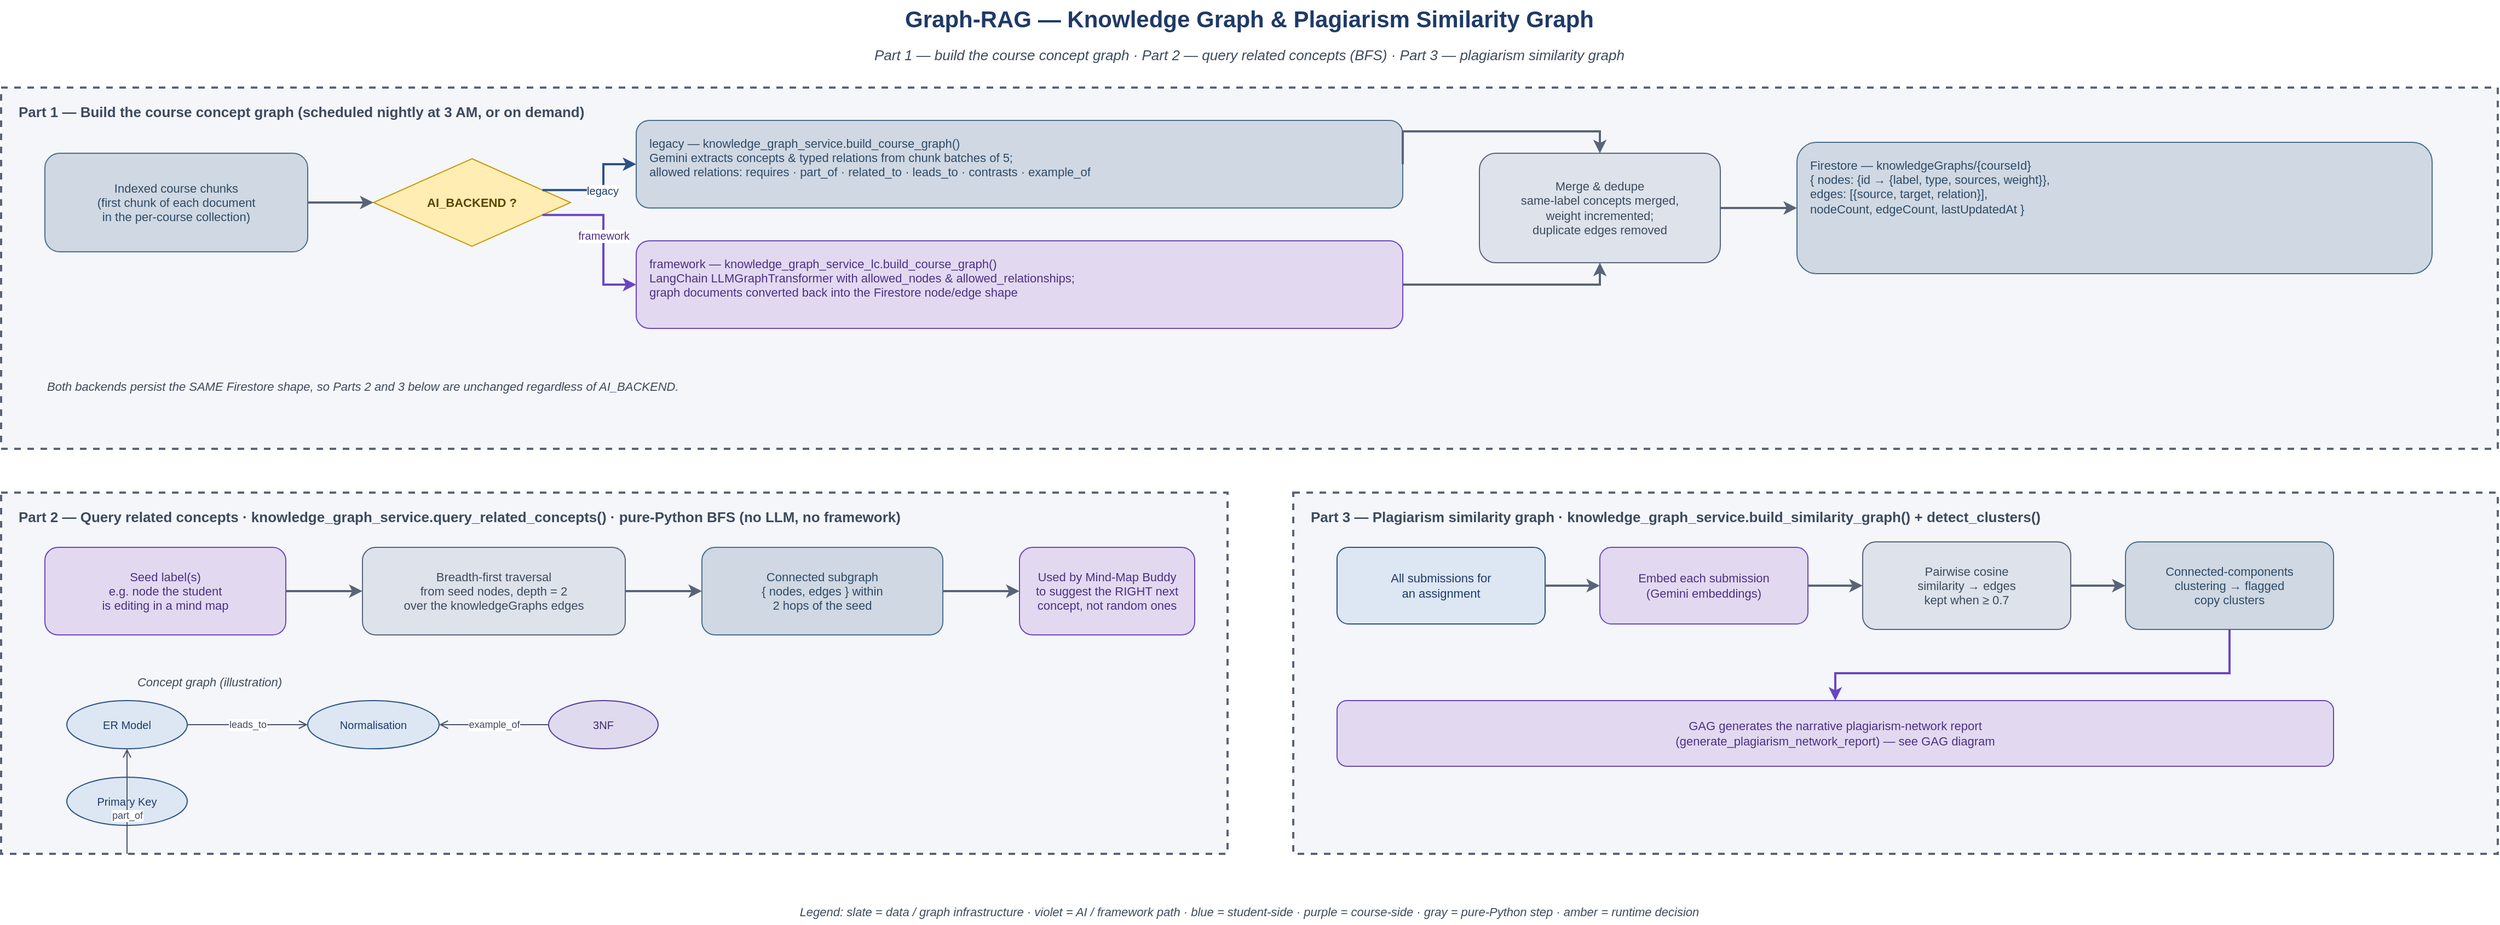
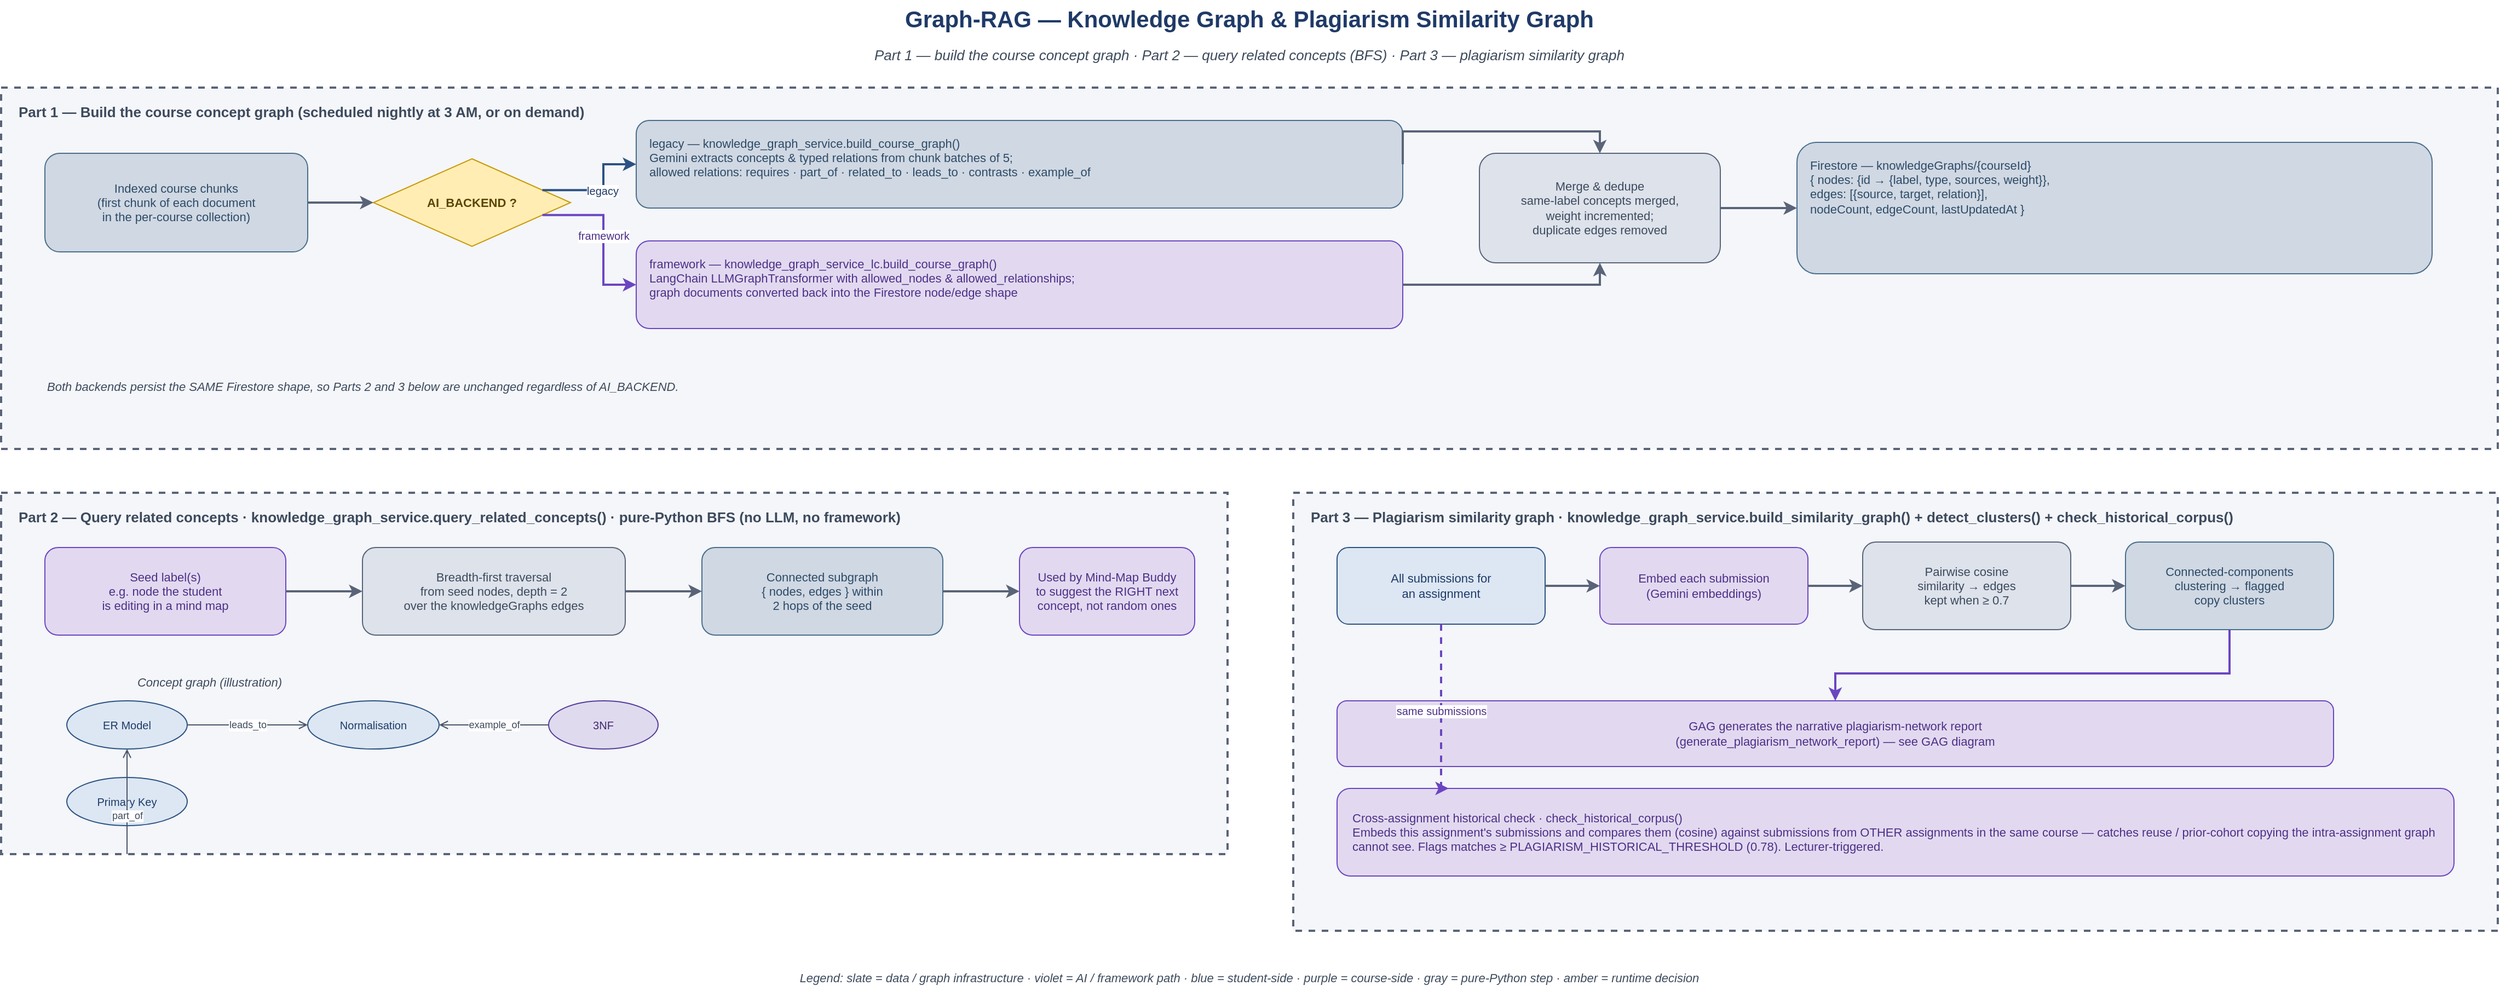
<mxfile host="Electron" agent="MySmartStudy">
  <diagram id="ragGraph" name="RAG Knowledge Graph">
    <mxGraphModel dx="2357" dy="1402" grid="1" gridSize="10" guides="1" tooltips="1" connect="1" arrows="1" fold="1" page="1" pageScale="1" pageWidth="2400" pageHeight="1700" math="0" shadow="0">
      <root>
        <mxCell id="0" />
        <mxCell id="1" parent="0" />
        <mxCell id="title" parent="1" style="text;html=1;align=center;verticalAlign=middle;whiteSpace=wrap;fontSize=21;fontStyle=1;fontColor=#1F3A68" value="Graph-RAG — Knowledge Graph &amp; Plagiarism Similarity Graph" vertex="1">
          <mxGeometry height="34" width="1400" x="500" y="20" as="geometry" />
        </mxCell>
        <mxCell id="subtitle" parent="1" style="text;html=1;align=center;whiteSpace=wrap;fontSize=13;fontStyle=2;fontColor=#3D4A5C" value="Part 1 — build the course concept graph   ·   Part 2 — query related concepts (BFS)   ·   Part 3 — plagiarism similarity graph" vertex="1">
          <mxGeometry height="22" width="1400" x="500" y="56" as="geometry" />
        </mxCell>
        <mxCell id="p1" parent="1" style="rounded=0;whiteSpace=wrap;html=1;fillColor=#F4F6FA;strokeColor=#5A6478;strokeWidth=2;dashed=1;verticalAlign=top;align=left;spacingLeft=14;spacingTop=8;fontSize=13;fontStyle=1;fontColor=#3D4A5C" value="Part 1 — Build the course concept graph  (scheduled nightly at 3 AM, or on demand)" vertex="1">
          <mxGeometry height="330" width="2280" x="60" y="100" as="geometry" />
        </mxCell>
        <mxCell id="p1_src" parent="1" style="rounded=1;whiteSpace=wrap;html=1;fillColor=#CFD8E3;strokeColor=#4A6E8C;align=center;verticalAlign=middle;fontSize=11;fontColor=#2E4A66" value="Indexed course chunks&#xa;(first chunk of each document&#xa;in the per-course collection)" vertex="1">
          <mxGeometry height="90" width="240" x="100" y="160" as="geometry" />
        </mxCell>
        <mxCell id="p1_disp" parent="1" style="rhombus;whiteSpace=wrap;html=1;fillColor=#FFEDB3;strokeColor=#C99A06;align=center;verticalAlign=middle;fontSize=11;fontStyle=1;fontColor=#5C4400" value="AI_BACKEND ?" vertex="1">
          <mxGeometry height="80" width="180" x="400" y="165" as="geometry" />
        </mxCell>
        <mxCell id="p1_legacy" parent="1" style="rounded=1;whiteSpace=wrap;html=1;fillColor=#CFD8E3;strokeColor=#4A6E8C;align=left;verticalAlign=top;spacingLeft=10;spacingTop=8;fontSize=11;fontColor=#2E4A66" value="legacy — knowledge_graph_service.build_course_graph()&#xa;Gemini extracts concepts &amp; typed relations from chunk batches of 5;&#xa;allowed relations: requires · part_of · related_to · leads_to · contrasts · example_of" vertex="1">
          <mxGeometry height="80" width="700" x="640" y="130" as="geometry" />
        </mxCell>
        <mxCell id="p1_framework" parent="1" style="rounded=1;whiteSpace=wrap;html=1;fillColor=#E2D9F0;strokeColor=#6B46C1;align=left;verticalAlign=top;spacingLeft=10;spacingTop=8;fontSize=11;fontColor=#4C2F87" value="framework — knowledge_graph_service_lc.build_course_graph()&#xa;LangChain LLMGraphTransformer with allowed_nodes &amp; allowed_relationships;&#xa;graph documents converted back into the Firestore node/edge shape" vertex="1">
          <mxGeometry height="80" width="700" x="640" y="240" as="geometry" />
        </mxCell>
        <mxCell id="p1_merge" parent="1" style="rounded=1;whiteSpace=wrap;html=1;fillColor=#DDE2EB;strokeColor=#5A6478;align=center;verticalAlign=middle;fontSize=11;fontColor=#3D4A5C" value="Merge &amp; dedupe&#xa;same-label concepts merged,&#xa;weight incremented;&#xa;duplicate edges removed" vertex="1">
          <mxGeometry height="100" width="220" x="1410" y="160" as="geometry" />
        </mxCell>
        <mxCell id="p1_store" parent="1" style="rounded=1;whiteSpace=wrap;html=1;fillColor=#CFD8E3;strokeColor=#4A6E8C;align=left;verticalAlign=top;spacingLeft=10;spacingTop=8;fontSize=11;fontColor=#2E4A66" value="Firestore — knowledgeGraphs/{courseId}&#xa;{ nodes: {id → {label, type, sources, weight}},&#xa;  edges: [{source, target, relation}],&#xa;  nodeCount, edgeCount, lastUpdatedAt }" vertex="1">
          <mxGeometry height="120" width="580" x="1700" y="150" as="geometry" />
        </mxCell>
        <mxCell id="g1" edge="1" parent="1" source="p1_src" style="edgeStyle=orthogonalEdgeStyle;rounded=0;html=1;endArrow=classic;strokeColor=#5A6478;strokeWidth=2;exitX=1;exitY=0.5;entryX=0;entryY=0.5" target="p1_disp">
          <mxGeometry relative="1" as="geometry" />
        </mxCell>
        <mxCell id="g2" edge="1" parent="1" source="p1_disp" style="edgeStyle=orthogonalEdgeStyle;rounded=0;html=1;endArrow=classic;strokeColor=#2C5282;strokeWidth=2;fontSize=10;fontColor=#1F3A68;exitX=1;exitY=0.3;entryX=0;entryY=0.5" target="p1_legacy" value="legacy">
          <mxGeometry relative="1" as="geometry" />
        </mxCell>
        <mxCell id="g3" edge="1" parent="1" source="p1_disp" style="edgeStyle=orthogonalEdgeStyle;rounded=0;html=1;endArrow=classic;strokeColor=#6B46C1;strokeWidth=2;fontSize=10;fontColor=#4C2F87;exitX=1;exitY=0.7;entryX=0;entryY=0.5" target="p1_framework" value="framework">
          <mxGeometry relative="1" as="geometry" />
        </mxCell>
        <mxCell id="g4" edge="1" parent="1" source="p1_legacy" style="edgeStyle=orthogonalEdgeStyle;rounded=0;html=1;endArrow=classic;strokeColor=#5A6478;strokeWidth=2;exitX=1;exitY=0.5;entryX=0.5;entryY=0" target="p1_merge">
          <mxGeometry relative="1" as="geometry">
            <Array as="points">
              <mxPoint x="1340" y="140" />
              <mxPoint x="1520" y="140" />
            </Array>
          </mxGeometry>
        </mxCell>
        <mxCell id="g5" edge="1" parent="1" source="p1_framework" style="edgeStyle=orthogonalEdgeStyle;rounded=0;html=1;endArrow=classic;strokeColor=#5A6478;strokeWidth=2;exitX=1;exitY=0.5;entryX=0.5;entryY=1" target="p1_merge">
          <mxGeometry relative="1" as="geometry">
            <Array as="points">
              <mxPoint x="1520" y="280" />
            </Array>
          </mxGeometry>
        </mxCell>
        <mxCell id="g6" edge="1" parent="1" source="p1_merge" style="edgeStyle=orthogonalEdgeStyle;rounded=0;html=1;endArrow=classic;strokeColor=#5A6478;strokeWidth=2;exitX=1;exitY=0.5;entryX=0;entryY=0.5" target="p1_store">
          <mxGeometry relative="1" as="geometry" />
        </mxCell>
        <mxCell id="p1_note" parent="1" style="text;html=1;align=left;whiteSpace=wrap;fontSize=11;fontStyle=2;fontColor=#3D4A5C" value="Both backends persist the SAME Firestore shape, so Parts 2 and 3 below are unchanged regardless of AI_BACKEND." vertex="1">
          <mxGeometry height="40" width="900" x="100" y="360" as="geometry" />
        </mxCell>
        <mxCell id="p2" parent="1" style="rounded=0;whiteSpace=wrap;html=1;fillColor=#F4F6FA;strokeColor=#5A6478;strokeWidth=2;dashed=1;verticalAlign=top;align=left;spacingLeft=14;spacingTop=8;fontSize=13;fontStyle=1;fontColor=#3D4A5C" value="Part 2 — Query related concepts  ·  knowledge_graph_service.query_related_concepts()  ·  pure-Python BFS (no LLM, no framework)" vertex="1">
          <mxGeometry height="330" width="1120" x="60" y="470" as="geometry" />
        </mxCell>
        <mxCell id="p2_in" parent="1" style="rounded=1;whiteSpace=wrap;html=1;fillColor=#E2D9F0;strokeColor=#6B46C1;align=center;verticalAlign=middle;fontSize=11;fontColor=#4C2F87" value="Seed label(s)&#xa;e.g. node the student&#xa;is editing in a mind map" vertex="1">
          <mxGeometry height="80" width="220" x="100" y="520" as="geometry" />
        </mxCell>
        <mxCell id="p2_bfs" parent="1" style="rounded=1;whiteSpace=wrap;html=1;fillColor=#DDE2EB;strokeColor=#5A6478;align=center;verticalAlign=middle;fontSize=11;fontColor=#3D4A5C" value="Breadth-first traversal&#xa;from seed nodes, depth = 2&#xa;over the knowledgeGraphs edges" vertex="1">
          <mxGeometry height="80" width="240" x="390" y="520" as="geometry" />
        </mxCell>
        <mxCell id="p2_sub" parent="1" style="rounded=1;whiteSpace=wrap;html=1;fillColor=#CFD8E3;strokeColor=#4A6E8C;align=center;verticalAlign=middle;fontSize=11;fontColor=#2E4A66" value="Connected subgraph&#xa;{ nodes, edges } within&#xa;2 hops of the seed" vertex="1">
          <mxGeometry height="80" width="220" x="700" y="520" as="geometry" />
        </mxCell>
        <mxCell id="p2_use" parent="1" style="rounded=1;whiteSpace=wrap;html=1;fillColor=#E2D9F0;strokeColor=#6B46C1;align=center;verticalAlign=middle;fontSize=11;fontColor=#4C2F87" value="Used by Mind-Map Buddy&#xa;to suggest the RIGHT next&#xa;concept, not random ones" vertex="1">
          <mxGeometry height="80" width="160" x="990" y="520" as="geometry" />
        </mxCell>
        <mxCell id="p2e1" edge="1" parent="1" source="p2_in" style="edgeStyle=orthogonalEdgeStyle;rounded=0;html=1;endArrow=classic;strokeColor=#5A6478;strokeWidth=2;exitX=1;exitY=0.5;entryX=0;entryY=0.5" target="p2_bfs">
          <mxGeometry relative="1" as="geometry" />
        </mxCell>
        <mxCell id="p2e2" edge="1" parent="1" source="p2_bfs" style="edgeStyle=orthogonalEdgeStyle;rounded=0;html=1;endArrow=classic;strokeColor=#5A6478;strokeWidth=2;exitX=1;exitY=0.5;entryX=0;entryY=0.5" target="p2_sub">
          <mxGeometry relative="1" as="geometry" />
        </mxCell>
        <mxCell id="p2e3" edge="1" parent="1" source="p2_sub" style="edgeStyle=orthogonalEdgeStyle;rounded=0;html=1;endArrow=classic;strokeColor=#5A6478;strokeWidth=2;exitX=1;exitY=0.5;entryX=0;entryY=0.5" target="p2_use">
          <mxGeometry relative="1" as="geometry" />
        </mxCell>
        <mxCell id="p2_graphic" parent="1" style="text;html=1;align=center;fontSize=11;fontStyle=2;fontColor=#3D4A5C" value="Concept graph (illustration)" vertex="1">
          <mxGeometry height="20" width="300" x="100" y="630" as="geometry" />
        </mxCell>
        <mxCell id="n_a" parent="1" style="ellipse;whiteSpace=wrap;html=1;fillColor=#DCE7F3;strokeColor=#2C5282;fontSize=10;fontColor=#1F3A68" value="ER Model" vertex="1">
          <mxGeometry height="44" width="110" x="120" y="660" as="geometry" />
        </mxCell>
        <mxCell id="n_b" parent="1" style="ellipse;whiteSpace=wrap;html=1;fillColor=#DCE7F3;strokeColor=#2C5282;fontSize=10;fontColor=#1F3A68" value="Normalisation" vertex="1">
          <mxGeometry height="44" width="120" x="340" y="660" as="geometry" />
        </mxCell>
        <mxCell id="n_c" parent="1" style="ellipse;whiteSpace=wrap;html=1;fillColor=#DCE7F3;strokeColor=#2C5282;fontSize=10;fontColor=#1F3A68" value="Primary Key" vertex="1">
          <mxGeometry height="44" width="110" x="120" y="730" as="geometry" />
        </mxCell>
        <mxCell id="n_d" parent="1" style="ellipse;whiteSpace=wrap;html=1;fillColor=#E0DAEF;strokeColor=#553C9A;fontSize=10;fontColor=#3F2A6B" value="3NF" vertex="1">
          <mxGeometry height="44" width="100" x="560" y="660" as="geometry" />
        </mxCell>
        <mxCell id="ge1" edge="1" parent="1" source="n_a" style="edgeStyle=orthogonalEdgeStyle;rounded=0;html=1;endArrow=open;strokeColor=#4A5568;fontSize=9;fontColor=#3D4A5C;exitX=1;exitY=0.5;entryX=0;entryY=0.5" target="n_b" value="leads_to">
          <mxGeometry relative="1" as="geometry" />
        </mxCell>
        <mxCell id="ge2" edge="1" parent="1" source="n_c" style="edgeStyle=orthogonalEdgeStyle;rounded=0;html=1;endArrow=open;strokeColor=#4A5568;fontSize=9;fontColor=#3D4A5C;exitX=0.5;exitY=1;entryX=0.5;entryY=1" target="n_a" value="part_of">
          <mxGeometry relative="1" as="geometry">
            <Array as="points">
              <mxPoint x="175" y="800" />
            </Array>
          </mxGeometry>
        </mxCell>
        <mxCell id="ge3" edge="1" parent="1" source="n_d" style="edgeStyle=orthogonalEdgeStyle;rounded=0;html=1;endArrow=open;strokeColor=#4A5568;fontSize=9;fontColor=#3D4A5C;exitX=0;exitY=0.5;entryX=1;entryY=0.5" target="n_b" value="example_of">
          <mxGeometry relative="1" as="geometry" />
        </mxCell>
-         <mxCell id="p3" parent="1" style="rounded=0;whiteSpace=wrap;html=1;fillColor=#F4F6FA;strokeColor=#5A6478;strokeWidth=2;dashed=1;verticalAlign=top;align=left;spacingLeft=14;spacingTop=8;fontSize=13;fontStyle=1;fontColor=#3D4A5C" value="Part 3 — Plagiarism similarity graph  ·  knowledge_graph_service.build_similarity_graph() + detect_clusters()" vertex="1">
-           <mxGeometry height="330" width="1100" x="1240" y="470" as="geometry" />
+         <mxCell id="p3" parent="1" style="rounded=0;whiteSpace=wrap;html=1;fillColor=#F4F6FA;strokeColor=#5A6478;strokeWidth=2;dashed=1;verticalAlign=top;align=left;spacingLeft=14;spacingTop=8;fontSize=13;fontStyle=1;fontColor=#3D4A5C" value="Part 3 — Plagiarism similarity graph  ·  knowledge_graph_service.build_similarity_graph() + detect_clusters() + check_historical_corpus()" vertex="1">
+           <mxGeometry height="400" width="1100" x="1240" y="470" as="geometry" />
        </mxCell>
        <mxCell id="p3_in" parent="1" style="rounded=1;whiteSpace=wrap;html=1;fillColor=#DCE7F3;strokeColor=#2C5282;align=center;verticalAlign=middle;fontSize=11;fontColor=#1F3A68" value="All submissions for&#xa;an assignment" vertex="1">
          <mxGeometry height="70" width="190" x="1280" y="520" as="geometry" />
        </mxCell>
        <mxCell id="p3_emb" parent="1" style="rounded=1;whiteSpace=wrap;html=1;fillColor=#E2D9F0;strokeColor=#6B46C1;align=center;verticalAlign=middle;fontSize=11;fontColor=#4C2F87" value="Embed each submission&#xa;(Gemini embeddings)" vertex="1">
          <mxGeometry height="70" width="190" x="1520" y="520" as="geometry" />
        </mxCell>
        <mxCell id="p3_cos" parent="1" style="rounded=1;whiteSpace=wrap;html=1;fillColor=#DDE2EB;strokeColor=#5A6478;align=center;verticalAlign=middle;fontSize=11;fontColor=#3D4A5C" value="Pairwise cosine&#xa;similarity → edges&#xa;kept when ≥ 0.7" vertex="1">
          <mxGeometry height="80" width="190" x="1760" y="515" as="geometry" />
        </mxCell>
        <mxCell id="p3_cluster" parent="1" style="rounded=1;whiteSpace=wrap;html=1;fillColor=#CFD8E3;strokeColor=#4A6E8C;align=center;verticalAlign=middle;fontSize=11;fontColor=#2E4A66" value="Connected-components&#xa;clustering → flagged&#xa;copy clusters" vertex="1">
          <mxGeometry height="80" width="190" x="2000" y="515" as="geometry" />
        </mxCell>
        <mxCell id="p3_report" parent="1" style="rounded=1;whiteSpace=wrap;html=1;fillColor=#E2D9F0;strokeColor=#6B46C1;align=center;verticalAlign=middle;fontSize=11;fontColor=#4C2F87" value="GAG generates the narrative plagiarism-network report&#xa;(generate_plagiarism_network_report) — see GAG diagram" vertex="1">
          <mxGeometry height="60" width="910" x="1280" y="660" as="geometry" />
        </mxCell>
        <mxCell id="p3e1" edge="1" parent="1" source="p3_in" style="edgeStyle=orthogonalEdgeStyle;rounded=0;html=1;endArrow=classic;strokeColor=#5A6478;strokeWidth=2;exitX=1;exitY=0.5;entryX=0;entryY=0.5" target="p3_emb">
          <mxGeometry relative="1" as="geometry" />
        </mxCell>
        <mxCell id="p3e2" edge="1" parent="1" source="p3_emb" style="edgeStyle=orthogonalEdgeStyle;rounded=0;html=1;endArrow=classic;strokeColor=#5A6478;strokeWidth=2;exitX=1;exitY=0.5;entryX=0;entryY=0.5" target="p3_cos">
          <mxGeometry relative="1" as="geometry" />
        </mxCell>
        <mxCell id="p3e3" edge="1" parent="1" source="p3_cos" style="edgeStyle=orthogonalEdgeStyle;rounded=0;html=1;endArrow=classic;strokeColor=#5A6478;strokeWidth=2;exitX=1;exitY=0.5;entryX=0;entryY=0.5" target="p3_cluster">
          <mxGeometry relative="1" as="geometry" />
        </mxCell>
        <mxCell id="p3e4" edge="1" parent="1" source="p3_cluster" style="edgeStyle=orthogonalEdgeStyle;rounded=0;html=1;endArrow=classic;strokeColor=#6B46C1;strokeWidth=2;exitX=0.5;exitY=1;entryX=0.5;entryY=0" target="p3_report">
          <mxGeometry relative="1" as="geometry">
            <Array as="points">
              <mxPoint x="2095" y="635" />
            </Array>
          </mxGeometry>
        </mxCell>
+         <mxCell id="p3_hist" parent="1" style="rounded=1;whiteSpace=wrap;html=1;fillColor=#E2D9F0;strokeColor=#6B46C1;align=left;verticalAlign=middle;spacingLeft=12;fontSize=11;fontColor=#4C2F87" value="Cross-assignment historical check  ·  check_historical_corpus()&#xa;Embeds this assignment&apos;s submissions and compares them (cosine) against submissions from OTHER assignments in the same course — catches reuse / prior-cohort copying the intra-assignment graph cannot see.  Flags matches ≥ PLAGIARISM_HISTORICAL_THRESHOLD (0.78).  Lecturer-triggered." vertex="1">
+           <mxGeometry height="80" width="1020" x="1280" y="740" as="geometry" />
+         </mxCell>
+         <mxCell id="p3eh" edge="1" parent="1" source="p3_in" style="edgeStyle=orthogonalEdgeStyle;rounded=0;html=1;endArrow=classic;strokeColor=#6B46C1;strokeWidth=2;dashed=1;fontSize=10;fontColor=#4C2F87;exitX=0.5;exitY=1;entryX=0.1;entryY=0" target="p3_hist" value="same submissions">
+           <mxGeometry relative="1" as="geometry">
+             <Array as="points">
+               <mxPoint x="1375" y="740" />
+             </Array>
+           </mxGeometry>
+         </mxCell>
        <mxCell id="legend" parent="1" style="text;html=1;align=center;whiteSpace=wrap;fontSize=11;fontStyle=2;fontColor=#3D4A5C" value="Legend:  slate = data / graph infrastructure   ·   violet = AI / framework path   ·   blue = student-side   ·   purple = course-side   ·   gray = pure-Python step   ·   amber = runtime decision" vertex="1">
-           <mxGeometry height="24" width="2280" x="60" y="840" as="geometry" />
+           <mxGeometry height="24" width="2280" x="60" y="900" as="geometry" />
        </mxCell>
      </root>
    </mxGraphModel>
  </diagram>
</mxfile>
